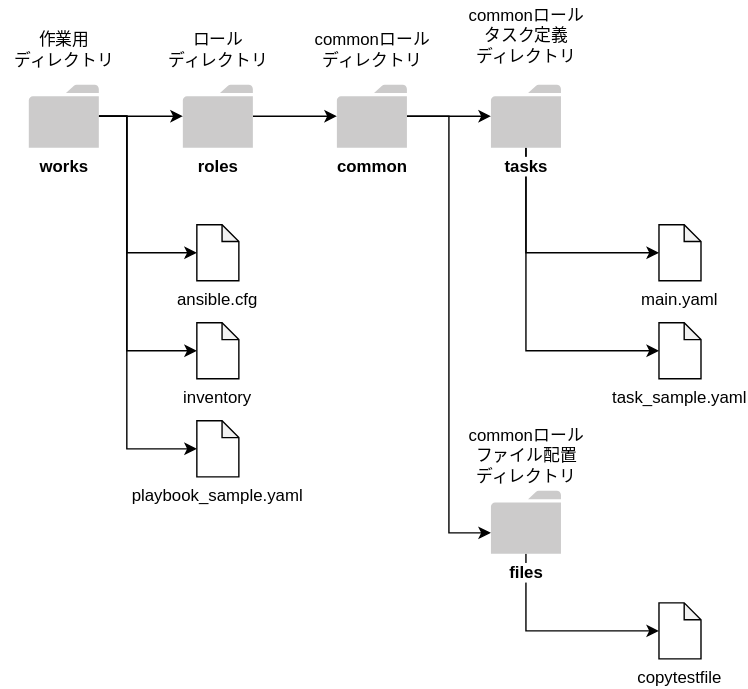
Earlier version of the draw.io export lesson/01_introduction/img/playbook.drawio.svg (infra-handson/ansible-training). Source tidied: cells renumbered, new cells last; positions are measured from the earlier drawing's top-left corner, leaving out a move shared by most shapes. Its diagram source:
```xml
<mxGraphModel>
  <root>
    <mxCell id="0" />
    <mxCell id="1" parent="0" />
    <mxCell id="2" value="main.yaml" style="shape=note;whiteSpace=wrap;html=1;backgroundOutline=1;darkOpacity=0.05;labelPosition=center;verticalLabelPosition=bottom;align=center;verticalAlign=top;size=12;" parent="1" vertex="1">
      <mxGeometry x="470" y="160" width="30" height="40" as="geometry" />
    </mxCell>
    <mxCell id="3" style="edgeStyle=orthogonalEdgeStyle;rounded=0;jettySize=auto;html=1;" parent="1" edge="1" source="4" target="12">
      <mxGeometry relative="1" as="geometry" />
    </mxCell>
    <mxCell id="4" value="roles" style="shadow=0;dashed=0;html=1;strokeColor=none;labelPosition=center;verticalLabelPosition=bottom;verticalAlign=top;outlineConnect=0;align=center;shape=mxgraph.office.concepts.folder;fillColor=#CCCBCB;fontStyle=1;" parent="1" vertex="1">
      <mxGeometry x="130" y="60" width="50" height="45" as="geometry" />
    </mxCell>
    <mxCell id="5" style="edgeStyle=orthogonalEdgeStyle;rounded=0;jettySize=auto;html=1;" parent="1" edge="1" source="9" target="4">
      <mxGeometry relative="1" as="geometry" />
    </mxCell>
    <mxCell id="6" style="edgeStyle=orthogonalEdgeStyle;rounded=0;jettySize=auto;html=1;entryX=0;entryY=0.5;entryDx=0;entryDy=0;entryPerimeter=0;fontColor=#FFFFFF;" parent="1" edge="1" source="9" target="19">
      <mxGeometry relative="1" as="geometry">
        <Array as="points">
          <mxPoint x="90" y="83" />
          <mxPoint x="90" y="320" />
        </Array>
      </mxGeometry>
    </mxCell>
    <mxCell id="7" style="edgeStyle=orthogonalEdgeStyle;rounded=0;jettySize=auto;html=1;entryX=0;entryY=0.5;entryDx=0;entryDy=0;entryPerimeter=0;fontColor=#FFFFFF;" parent="1" edge="1" source="9" target="18">
      <mxGeometry relative="1" as="geometry">
        <Array as="points">
          <mxPoint x="90" y="83" />
          <mxPoint x="90" y="250" />
        </Array>
      </mxGeometry>
    </mxCell>
    <mxCell id="8" style="edgeStyle=orthogonalEdgeStyle;rounded=0;jettySize=auto;html=1;entryX=0;entryY=0.5;entryDx=0;entryDy=0;entryPerimeter=0;fontColor=#FFFFFF;" parent="1" edge="1" source="9" target="20">
      <mxGeometry relative="1" as="geometry">
        <Array as="points">
          <mxPoint x="90" y="83" />
          <mxPoint x="90" y="180" />
        </Array>
      </mxGeometry>
    </mxCell>
    <mxCell id="9" value="works" style="shadow=0;dashed=0;html=1;strokeColor=none;labelPosition=center;verticalLabelPosition=bottom;verticalAlign=top;outlineConnect=0;align=center;shape=mxgraph.office.concepts.folder;fillColor=#CCCBCB;labelBackgroundColor=#ffffff;fontStyle=1;" parent="1" vertex="1">
      <mxGeometry x="20" y="60" width="50" height="45" as="geometry" />
    </mxCell>
    <mxCell id="10" style="edgeStyle=orthogonalEdgeStyle;rounded=0;jettySize=auto;html=1;" parent="1" edge="1" source="12" target="15">
      <mxGeometry relative="1" as="geometry" />
    </mxCell>
    <mxCell id="11" style="edgeStyle=orthogonalEdgeStyle;rounded=0;jettySize=auto;html=1;fontColor=#000000;" parent="1" edge="1" source="12" target="26">
      <mxGeometry relative="1" as="geometry">
        <Array as="points">
          <mxPoint x="320" y="83" />
          <mxPoint x="320" y="380" />
        </Array>
      </mxGeometry>
    </mxCell>
    <mxCell id="12" value="common" style="shadow=0;dashed=0;html=1;strokeColor=none;labelPosition=center;verticalLabelPosition=bottom;verticalAlign=top;outlineConnect=0;align=center;shape=mxgraph.office.concepts.folder;fillColor=#CCCBCB;fontStyle=1;" parent="1" vertex="1">
      <mxGeometry x="240" y="60" width="50" height="45" as="geometry" />
    </mxCell>
    <mxCell id="13" style="edgeStyle=orthogonalEdgeStyle;rounded=0;jettySize=auto;html=1;entryX=0;entryY=0.5;entryDx=0;entryDy=0;entryPerimeter=0;" parent="1" edge="1" source="15" target="2">
      <mxGeometry relative="1" as="geometry">
        <Array as="points">
          <mxPoint x="375" y="180" />
        </Array>
      </mxGeometry>
    </mxCell>
    <mxCell id="14" style="edgeStyle=orthogonalEdgeStyle;rounded=0;jettySize=auto;html=1;entryX=0;entryY=0.5;entryDx=0;entryDy=0;entryPerimeter=0;fontColor=#FFFFFF;" parent="1" edge="1" source="15" target="16">
      <mxGeometry relative="1" as="geometry">
        <Array as="points">
          <mxPoint x="375" y="250" />
        </Array>
      </mxGeometry>
    </mxCell>
    <mxCell id="15" value="tasks" style="shadow=0;dashed=0;html=1;strokeColor=none;labelPosition=center;verticalLabelPosition=bottom;verticalAlign=top;outlineConnect=0;align=center;shape=mxgraph.office.concepts.folder;fillColor=#CCCBCB;labelBackgroundColor=#ffffff;fontStyle=1;" parent="1" vertex="1">
      <mxGeometry x="350" y="60" width="50" height="45" as="geometry" />
    </mxCell>
    <mxCell id="16" value="task_sample.yaml" style="shape=note;whiteSpace=wrap;html=1;backgroundOutline=1;darkOpacity=0.05;labelPosition=center;verticalLabelPosition=bottom;align=center;verticalAlign=top;size=12;" parent="1" vertex="1">
      <mxGeometry x="470" y="230" width="30" height="40" as="geometry" />
    </mxCell>
    <mxCell id="17" value="copytestfile" style="shape=note;whiteSpace=wrap;html=1;backgroundOutline=1;darkOpacity=0.05;labelPosition=center;verticalLabelPosition=bottom;align=center;verticalAlign=top;size=12;" parent="1" vertex="1">
      <mxGeometry x="470" y="430" width="30" height="40" as="geometry" />
    </mxCell>
    <mxCell id="18" value="inventory" style="shape=note;whiteSpace=wrap;html=1;backgroundOutline=1;darkOpacity=0.05;labelPosition=center;verticalLabelPosition=bottom;align=center;verticalAlign=top;size=12;" parent="1" vertex="1">
      <mxGeometry x="140" y="230" width="30" height="40" as="geometry" />
    </mxCell>
    <mxCell id="19" value="playbook_sample.yaml" style="shape=note;whiteSpace=wrap;html=1;backgroundOutline=1;darkOpacity=0.05;labelPosition=center;verticalLabelPosition=bottom;align=center;verticalAlign=top;size=12;" parent="1" vertex="1">
      <mxGeometry x="140" y="300" width="30" height="40" as="geometry" />
    </mxCell>
    <mxCell id="20" value="ansible.cfg" style="shape=note;whiteSpace=wrap;html=1;backgroundOutline=1;darkOpacity=0.05;labelPosition=center;verticalLabelPosition=bottom;align=center;verticalAlign=top;size=12;" parent="1" vertex="1">
      <mxGeometry x="140" y="160" width="30" height="40" as="geometry" />
    </mxCell>
    <mxCell id="21" value="&lt;font&gt;作業用&lt;br&gt;ディレクトリ&lt;/font&gt;" style="text;html=1;align=center;verticalAlign=middle;" parent="1" vertex="1">
      <mxGeometry y="20" width="90" height="30" as="geometry" />
    </mxCell>
    <mxCell id="22" value="&lt;font&gt;ロール&lt;br&gt;&lt;/font&gt;ディレクトリ" style="text;html=1;align=center;verticalAlign=middle;" parent="1" vertex="1">
      <mxGeometry x="110" y="20" width="90" height="30" as="geometry" />
    </mxCell>
    <mxCell id="23" value="&lt;font&gt;commonロール&lt;br&gt;&lt;/font&gt;ディレクトリ" style="text;html=1;align=center;verticalAlign=middle;" parent="1" vertex="1">
      <mxGeometry x="215" y="20" width="100" height="30" as="geometry" />
    </mxCell>
    <mxCell id="24" value="&lt;font&gt;commonロール&lt;br&gt;タスク定義&lt;br&gt;&lt;/font&gt;ディレクトリ" style="text;html=1;align=center;verticalAlign=middle;" parent="1" vertex="1">
      <mxGeometry x="325" width="100" height="50" as="geometry" />
    </mxCell>
    <mxCell id="25" style="edgeStyle=orthogonalEdgeStyle;rounded=0;jettySize=auto;html=1;entryX=0;entryY=0.5;entryDx=0;entryDy=0;entryPerimeter=0;fontColor=#000000;" parent="1" edge="1" source="26" target="17">
      <mxGeometry relative="1" as="geometry">
        <Array as="points">
          <mxPoint x="375" y="450" />
        </Array>
      </mxGeometry>
    </mxCell>
    <mxCell id="26" value="files" style="shadow=0;dashed=0;html=1;strokeColor=none;labelPosition=center;verticalLabelPosition=bottom;verticalAlign=top;outlineConnect=0;align=center;shape=mxgraph.office.concepts.folder;fillColor=#CCCBCB;labelBackgroundColor=#ffffff;fontStyle=1;" parent="1" vertex="1">
      <mxGeometry x="350" y="350" width="50" height="45" as="geometry" />
    </mxCell>
    <mxCell id="27" value="&lt;font&gt;commonロール&lt;br&gt;ファイル配置&lt;br&gt;&lt;/font&gt;ディレクトリ" style="text;html=1;align=center;verticalAlign=middle;" parent="1" vertex="1">
      <mxGeometry x="325" y="300" width="100" height="50" as="geometry" />
    </mxCell>
  </root>
</mxGraphModel>
```
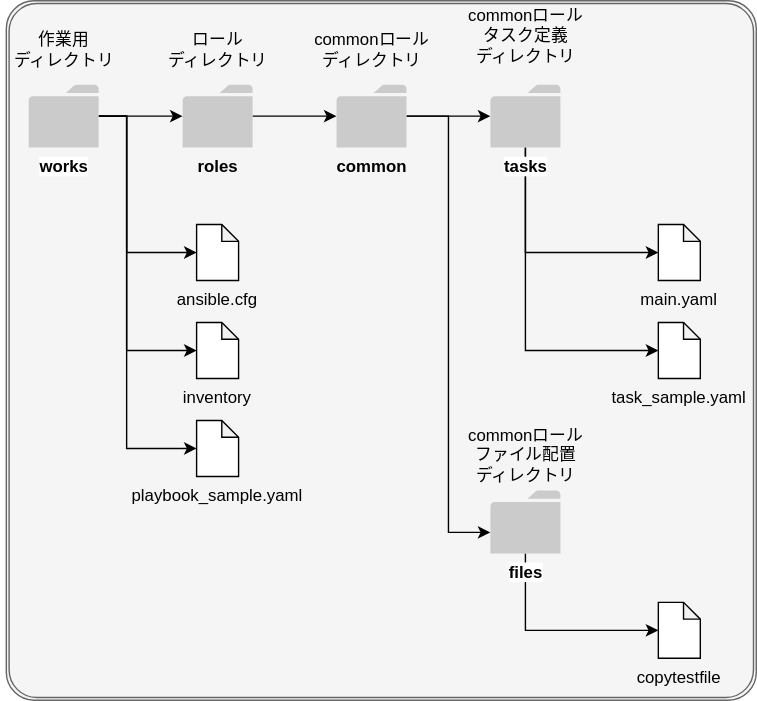
After the change.

Change to the diagram source:
```diff
@@ -2,6 +2,9 @@
   <root>
     <mxCell id="0" />
     <mxCell id="1" parent="0" />
+    <mxCell id="28" style="shape=ext;double=1;rounded=1;whiteSpace=wrap;html=1;arcSize=4;fillColor=#f5f5f5;fontColor=#333333;strokeColor=#666666;" parent="1" vertex="1">
+      <mxGeometry x="4" width="536" height="500" as="geometry" />
+    </mxCell>
     <mxCell id="2" value="main.yaml" style="shape=note;whiteSpace=wrap;html=1;backgroundOutline=1;darkOpacity=0.05;labelPosition=center;verticalLabelPosition=bottom;align=center;verticalAlign=top;size=12;" parent="1" vertex="1">
       <mxGeometry x="470" y="160" width="30" height="40" as="geometry" />
     </mxCell>
```
